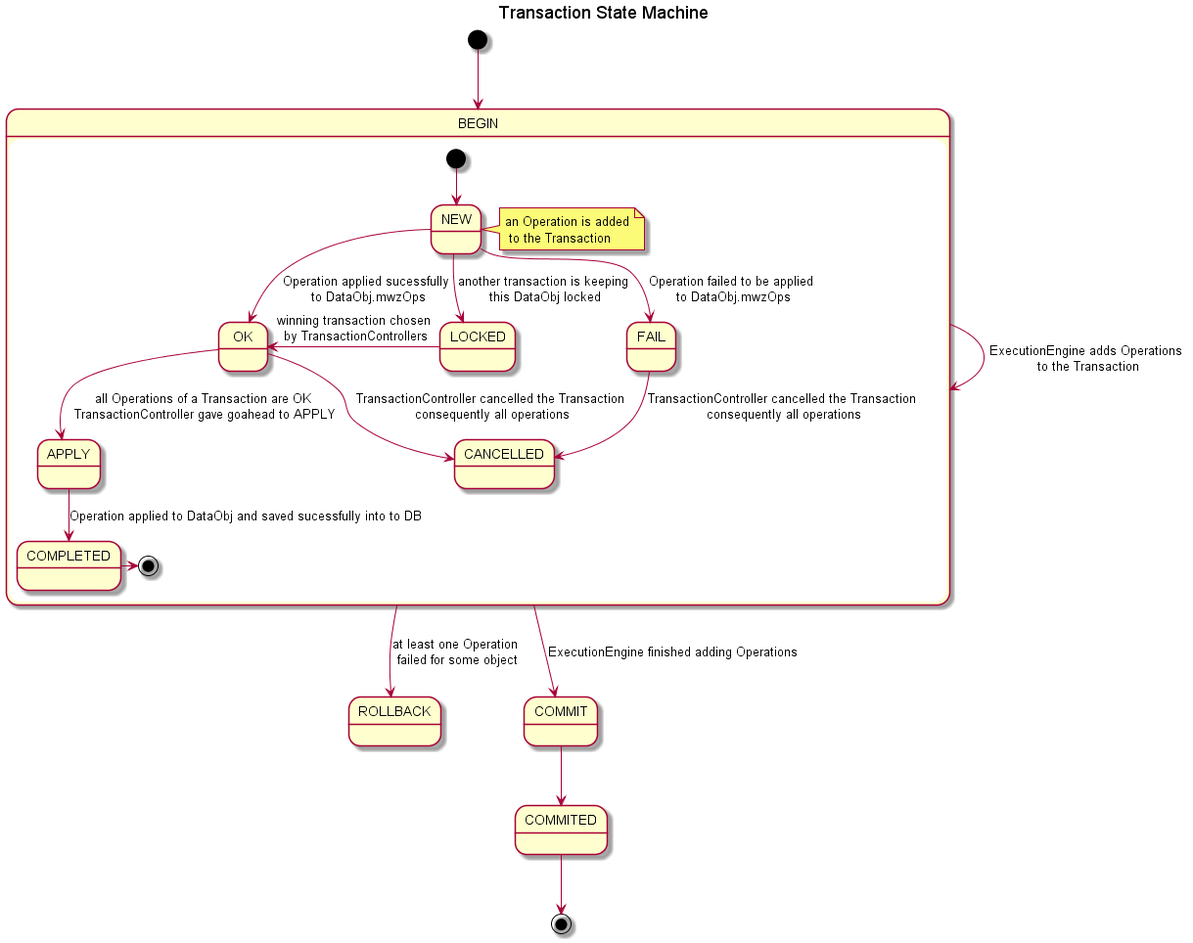
Earlier version of the PlantUML export docs/img/docs/TransactionStateMachine.png (formuladb/poc1). The source it was exported from:
```plantuml
@startuml TransactionStateMachine

title Transaction State Machine

[*] --> BEGIN

BEGIN -> BEGIN: ExecutionEngine adds Operations\n to the Transaction

BEGIN --> ROLLBACK: at least one Operation\n failed for some object

BEGIN --> COMMIT: ExecutionEngine finished adding Operations

state BEGIN {
  [*] --> NEW
  note right of NEW: an Operation is added\n to the Transaction
  NEW --> OK: Operation applied sucessfully\n to DataObj.mwzOps
  NEW --> FAIL: Operation failed to be applied\n to DataObj.mwzOps
  NEW --> LOCKED: another transaction is keeping\n this DataObj locked
  LOCKED -left-> OK: winning transaction chosen\n by TransactionControllers
  OK --> APPLY: all Operations of a Transaction are OK\n TransactionController gave goahead to APPLY
  FAIL --> CANCELLED: TransactionController cancelled the Transaction\n consequently all operations
  OK --> CANCELLED: TransactionController cancelled the Transaction\n consequently all operations
  APPLY --> COMPLETED: Operation applied to DataObj and saved sucessfully into to DB
  COMPLETED -> [*]
}

COMMIT --> COMMITED

COMMITED --> [*]

@enduml
```
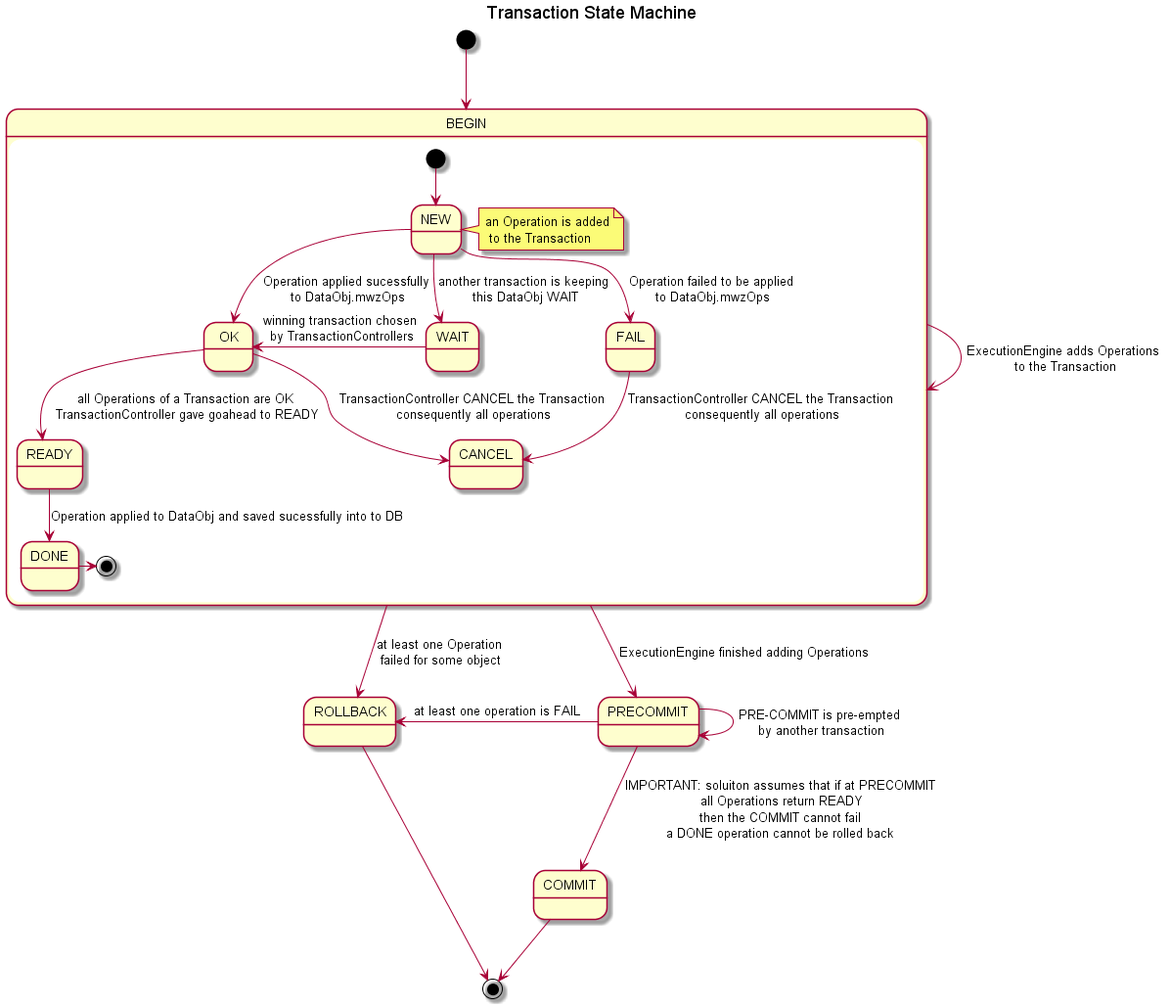
The same file after the commit.

Commit message:
updated state diagram

The edit, as a diff of the source:
```diff
@@ -8,24 +8,28 @@
 
 BEGIN --> ROLLBACK: at least one Operation\n failed for some object
 
-BEGIN --> COMMIT: ExecutionEngine finished adding Operations
+BEGIN --> PRECOMMIT: ExecutionEngine finished adding Operations
 
 state BEGIN {
   [*] --> NEW
   note right of NEW: an Operation is added\n to the Transaction
   NEW --> OK: Operation applied sucessfully\n to DataObj.mwzOps
   NEW --> FAIL: Operation failed to be applied\n to DataObj.mwzOps
-  NEW --> LOCKED: another transaction is keeping\n this DataObj locked
-  LOCKED -left-> OK: winning transaction chosen\n by TransactionControllers
-  OK --> APPLY: all Operations of a Transaction are OK\n TransactionController gave goahead to APPLY
-  FAIL --> CANCELLED: TransactionController cancelled the Transaction\n consequently all operations
-  OK --> CANCELLED: TransactionController cancelled the Transaction\n consequently all operations
-  APPLY --> COMPLETED: Operation applied to DataObj and saved sucessfully into to DB
-  COMPLETED -> [*]
+  NEW --> WAIT: another transaction is keeping\n this DataObj WAIT
+  WAIT -left-> OK: winning transaction chosen\n by TransactionControllers
+  OK --> READY: all Operations of a Transaction are OK\n TransactionController gave goahead to READY
+  FAIL --> CANCEL: TransactionController CANCEL the Transaction\n consequently all operations
+  OK --> CANCEL: TransactionController CANCEL the Transaction\n consequently all operations
+  READY --> DONE: Operation applied to DataObj and saved sucessfully into to DB
+  DONE -> [*]
 }
 
-COMMIT --> COMMITED
+PRECOMMIT --> COMMIT: IMPORTANT: soluiton assumes that if at PRECOMMIT\n all Operations return READY\nthen the COMMIT cannot fail\na DONE operation cannot be rolled back
 
-COMMITED --> [*]
+PRECOMMIT -> PRECOMMIT: PRE-COMMIT is pre-empted\n by another transaction
+PRECOMMIT -left-> ROLLBACK: at least one operation is FAIL
+
+ROLLBACK --> [*]
+COMMIT --> [*]
 
 @enduml
```
